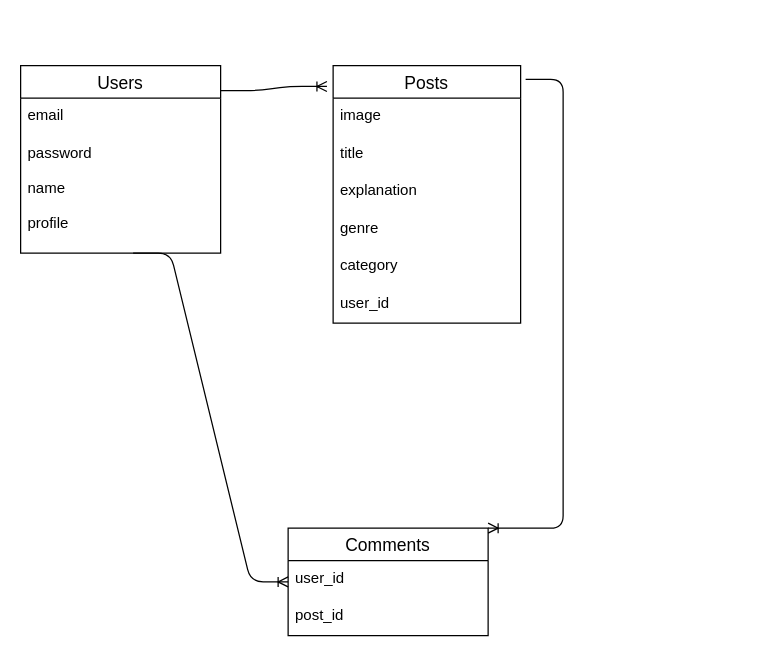
Earlier version of the draw.io diagram SSW-Park.dio (ryosuke3455/SSW-Park). Source tidied: cells renumbered, new cells numbered last; positions are measured from the earlier drawing's top-left corner, leaving out a move shared by most shapes. Both pictures are drawn from the tidied source at 125%, with x=0, y=0 at pixel (20, 65).
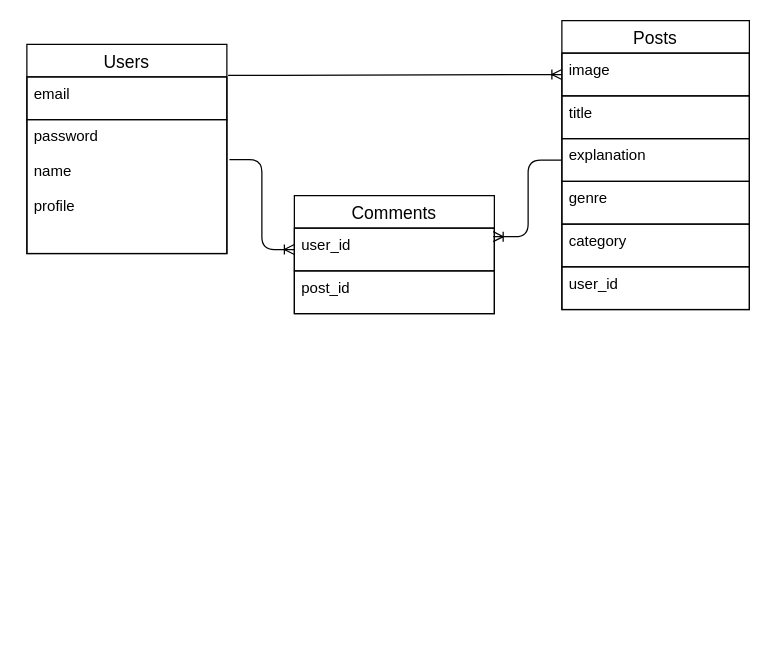
Above is the later version.

Commit message (it also covers changes not shown here):
READMEとER図の編集

Change to the diagram source:
```diff
@@
-<mxGraphModel>
+<mxGraphModel background="#ffffff">
   <root>
     <mxCell id="0" />
     <mxCell id="1" parent="0" />
-    <mxCell id="2" value="Users" style="swimlane;fontStyle=0;horizontal=1;startSize=26;align=center;fontSize=14;" parent="1" vertex="1">
-      <mxGeometry width="160" height="150" as="geometry" />
+    <mxCell id="2" value="Users" style="swimlane;fontStyle=0;horizontal=1;startSize=26;align=center;fontSize=14;strokeColor=#030303;labelBackgroundColor=#FFFFFF;fontColor=#000000;" parent="1" vertex="1">
+      <mxGeometry x="5" y="-17" width="160" height="167.3" as="geometry" />
     </mxCell>
-    <mxCell id="3" value="email" style="text;strokeColor=none;fillColor=none;spacingLeft=4;spacingRight=4;overflow=hidden;points=[[0,0.5],[1,0.5]];portConstraint=eastwest;fontSize=12;" parent="2" vertex="1">
-      <mxGeometry y="26" width="160" height="30" as="geometry" />
+    <mxCell id="3" value="email" style="text;spacingLeft=4;spacingRight=4;overflow=hidden;points=[[0,0.5],[1,0.5]];portConstraint=eastwest;fontSize=12;strokeColor=#030303;labelBackgroundColor=#FFFFFF;fontColor=#000000;" parent="2" vertex="1">
+      <mxGeometry y="26" width="160" height="34.2" as="geometry" />
     </mxCell>
-    <mxCell id="4" value="password&#10;&#10;name&#10;&#10;profile" style="text;strokeColor=none;fillColor=none;spacingLeft=4;spacingRight=4;overflow=hidden;points=[[0,0.5],[1,0.5]];portConstraint=eastwest;fontSize=12;" parent="2" vertex="1">
-      <mxGeometry y="56" width="160" height="94" as="geometry" />
+    <mxCell id="4" value="password&#10;&#10;name&#10;&#10;profile" style="text;spacingLeft=4;spacingRight=4;overflow=hidden;points=[[0,0.5],[1,0.5]];portConstraint=eastwest;fontSize=12;strokeColor=#030303;labelBackgroundColor=#FFFFFF;fontColor=#000000;" parent="2" vertex="1">
+      <mxGeometry y="60.2" width="160" height="107.1" as="geometry" />
     </mxCell>
-    <mxCell id="5" value="Posts" style="swimlane;fontStyle=0;horizontal=1;startSize=26;align=center;fontSize=14;" parent="1" vertex="1">
-      <mxGeometry x="250" width="150" height="206" as="geometry" />
+    <mxCell id="5" value="Posts" style="swimlane;fontStyle=0;horizontal=1;startSize=26;align=center;fontSize=14;strokeColor=#030303;labelBackgroundColor=#FFFFFF;fontColor=#000000;" parent="1" vertex="1">
+      <mxGeometry x="433" y="-36" width="150" height="231.1" as="geometry" />
     </mxCell>
-    <mxCell id="6" value="image" style="text;strokeColor=none;fillColor=none;spacingLeft=4;spacingRight=4;overflow=hidden;points=[[0,0.5],[1,0.5]];portConstraint=eastwest;fontSize=12;" parent="5" vertex="1">
-      <mxGeometry y="26" width="150" height="30" as="geometry" />
+    <mxCell id="6" value="image" style="text;spacingLeft=4;spacingRight=4;overflow=hidden;points=[[0,0.5],[1,0.5]];portConstraint=eastwest;fontSize=12;strokeColor=#030303;labelBackgroundColor=#FFFFFF;fontColor=#000000;" parent="5" vertex="1">
+      <mxGeometry y="26" width="150" height="34.2" as="geometry" />
     </mxCell>
-    <mxCell id="7" value="title" style="text;strokeColor=none;fillColor=none;spacingLeft=4;spacingRight=4;overflow=hidden;fontSize=12;" parent="5" vertex="1">
-      <mxGeometry y="56" width="150" height="30" as="geometry" />
+    <mxCell id="7" value="title" style="text;spacingLeft=4;spacingRight=4;overflow=hidden;fontSize=12;strokeColor=#030303;labelBackgroundColor=#FFFFFF;fontColor=#000000;" parent="5" vertex="1">
+      <mxGeometry y="60.2" width="150" height="34.2" as="geometry" />
     </mxCell>
-    <mxCell id="8" value="explanation" style="text;strokeColor=none;fillColor=none;spacingLeft=4;spacingRight=4;overflow=hidden;points=[[0,0.5],[1,0.5]];portConstraint=eastwest;fontSize=12;" parent="5" vertex="1">
-      <mxGeometry y="86" width="150" height="30" as="geometry" />
+    <mxCell id="8" value="explanation" style="text;spacingLeft=4;spacingRight=4;overflow=hidden;points=[[0,0.5],[1,0.5]];portConstraint=eastwest;fontSize=12;strokeColor=#030303;labelBackgroundColor=#FFFFFF;fontColor=#000000;" parent="5" vertex="1">
+      <mxGeometry y="94.4" width="150" height="34.2" as="geometry" />
     </mxCell>
-    <mxCell id="9" value="genre" style="text;strokeColor=none;fillColor=none;spacingLeft=4;spacingRight=4;overflow=hidden;fontSize=12;" parent="5" vertex="1">
-      <mxGeometry y="116" width="150" height="30" as="geometry" />
+    <mxCell id="9" value="genre" style="text;spacingLeft=4;spacingRight=4;overflow=hidden;fontSize=12;strokeColor=#030303;labelBackgroundColor=#FFFFFF;fontColor=#000000;" parent="5" vertex="1">
+      <mxGeometry y="128.6" width="150" height="34.2" as="geometry" />
     </mxCell>
-    <mxCell id="10" value="category" style="text;strokeColor=none;fillColor=none;spacingLeft=4;spacingRight=4;overflow=hidden;fontSize=12;" parent="5" vertex="1">
-      <mxGeometry y="146" width="150" height="30" as="geometry" />
+    <mxCell id="10" value="category" style="text;spacingLeft=4;spacingRight=4;overflow=hidden;fontSize=12;strokeColor=#030303;labelBackgroundColor=#FFFFFF;fontColor=#000000;" parent="5" vertex="1">
+      <mxGeometry y="162.8" width="150" height="34.2" as="geometry" />
     </mxCell>
-    <mxCell id="11" value="user_id" style="text;strokeColor=none;fillColor=none;spacingLeft=4;spacingRight=4;overflow=hidden;fontSize=12;" parent="5" vertex="1">
-      <mxGeometry y="176" width="150" height="30" as="geometry" />
+    <mxCell id="11" value="user_id" style="text;spacingLeft=4;spacingRight=4;overflow=hidden;fontSize=12;strokeColor=#030303;labelBackgroundColor=#FFFFFF;fontColor=#000000;" parent="5" vertex="1">
+      <mxGeometry y="196.9" width="150" height="34.2" as="geometry" />
     </mxCell>
-    <mxCell id="12" value="Comments" style="swimlane;fontStyle=0;horizontal=1;startSize=26;align=center;fontSize=14;" parent="1" vertex="1">
-      <mxGeometry x="214" y="370" width="160" height="86" as="geometry" />
+    <mxCell id="12" value="Comments" style="swimlane;fontStyle=0;horizontal=1;startSize=26;align=center;fontSize=14;strokeColor=#030303;labelBackgroundColor=#FFFFFF;fontColor=#000000;" parent="1" vertex="1">
+      <mxGeometry x="219" y="104" width="160" height="94.4" as="geometry" />
     </mxCell>
-    <mxCell id="13" value="user_id" style="text;strokeColor=none;fillColor=none;spacingLeft=4;spacingRight=4;overflow=hidden;points=[[0,0.5],[1,0.5]];portConstraint=eastwest;fontSize=12;" parent="12" vertex="1">
-      <mxGeometry y="26" width="160" height="30" as="geometry" />
+    <mxCell id="13" value="user_id" style="text;spacingLeft=4;spacingRight=4;overflow=hidden;points=[[0,0.5],[1,0.5]];portConstraint=eastwest;fontSize=12;strokeColor=#030303;labelBackgroundColor=#FFFFFF;fontColor=#000000;" parent="12" vertex="1">
+      <mxGeometry y="26" width="160" height="34.2" as="geometry" />
     </mxCell>
-    <mxCell id="14" value="post_id" style="text;strokeColor=none;fillColor=none;spacingLeft=4;spacingRight=4;overflow=hidden;fontSize=12;" parent="12" vertex="1">
-      <mxGeometry y="56" width="160" height="30" as="geometry" />
+    <mxCell id="14" value="post_id" style="text;spacingLeft=4;spacingRight=4;overflow=hidden;fontSize=12;strokeColor=#030303;labelBackgroundColor=#FFFFFF;fontColor=#000000;" parent="12" vertex="1">
+      <mxGeometry y="60.2" width="160" height="34.2" as="geometry" />
     </mxCell>
-    <mxCell id="15" style="edgeStyle=entityRelationEdgeStyle;fontSize=12;html=1;endArrow=ERoneToMany;entryX=-0.033;entryY=0.081;entryDx=0;entryDy=0;entryPerimeter=0;" parent="1" edge="1" target="5">
-      <mxGeometry relative="1" as="geometry">
-        <mxPoint x="160" y="20" as="sourcePoint" />
-      </mxGeometry>
+    <mxCell id="15" style="edgeStyle=entityRelationEdgeStyle;fontSize=12;html=1;endArrow=ERoneToMany;entryX=0;entryY=0.5;entryDx=0;entryDy=0;exitX=1.006;exitY=-0.033;exitDx=0;exitDy=0;exitPerimeter=0;strokeColor=#030303;labelBackgroundColor=#FFFFFF;fontColor=#000000;" parent="1" edge="1" source="3" target="6">
+      <mxGeometry relative="1" as="geometry" />
     </mxCell>
-    <mxCell id="16" style="edgeStyle=entityRelationEdgeStyle;fontSize=12;html=1;endArrow=ERoneToMany;" parent="1" edge="1" target="12">
-      <mxGeometry relative="1" as="geometry">
-        <mxPoint x="90" y="150" as="sourcePoint" />
-      </mxGeometry>
+    <mxCell id="16" style="edgeStyle=elbowEdgeStyle;fontSize=12;html=1;endArrow=ERoneToMany;exitX=1.013;exitY=0.298;exitDx=0;exitDy=0;exitPerimeter=0;entryX=0;entryY=0.5;entryDx=0;entryDy=0;strokeColor=#030303;labelBackgroundColor=#FFFFFF;fontColor=#000000;" parent="1" edge="1" source="4" target="13">
+      <mxGeometry relative="1" as="geometry" />
     </mxCell>
-    <mxCell id="17" style="edgeStyle=entityRelationEdgeStyle;fontSize=12;html=1;endArrow=ERoneToMany;entryX=1;entryY=0;entryDx=0;entryDy=0;" parent="1" edge="1" target="12">
-      <mxGeometry relative="1" as="geometry">
-        <mxPoint x="404" y="11" as="sourcePoint" />
-      </mxGeometry>
+    <mxCell id="17" style="edgeStyle=elbowEdgeStyle;fontSize=12;html=1;endArrow=ERoneToMany;entryX=0.994;entryY=0.2;entryDx=0;entryDy=0;entryPerimeter=0;exitX=0;exitY=0.5;exitDx=0;exitDy=0;strokeColor=#030303;labelBackgroundColor=#FFFFFF;fontColor=#000000;" parent="1" edge="1" source="8" target="13">
+      <mxGeometry relative="1" as="geometry" />
     </mxCell>
   </root>
 </mxGraphModel>
```
